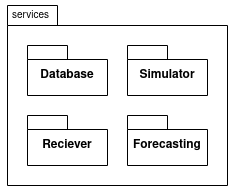
gbd1004/TFG_AGV keeps this draw.io diagram as memoria/img/diagrama_paquetes.png. Above is the earlier version. Source tidied: cells renumbered, new cells last; positions are measured from the earlier drawing's top-left corner, leaving out a move shared by most shapes. The source it was exported from:
```xml
<mxGraphModel>
  <root>
    <mxCell id="0" />
    <mxCell id="1" parent="0" />
    <mxCell id="2" style="shape=folder;fontStyle=1;spacingTop=10;tabWidth=50;tabHeight=20;tabPosition=left;html=1;whiteSpace=wrap;" parent="1" vertex="1">
      <mxGeometry x="7" y="5" width="220" height="180" as="geometry" />
    </mxCell>
    <mxCell id="3" value="services" style="text;html=1;align=center;verticalAlign=middle;strokeColor=none;fillColor=none;fontSize=10;" parent="1" vertex="1">
      <mxGeometry width="60" height="30" as="geometry" />
    </mxCell>
    <mxCell id="4" value="Database" style="shape=folder;fontStyle=1;spacingTop=10;tabWidth=40;tabHeight=14;tabPosition=left;html=1;whiteSpace=wrap;" parent="1" vertex="1">
      <mxGeometry x="27" y="45" width="80" height="50" as="geometry" />
    </mxCell>
    <mxCell id="5" value="Reciever" style="shape=folder;fontStyle=1;spacingTop=10;tabWidth=40;tabHeight=14;tabPosition=left;html=1;whiteSpace=wrap;" parent="1" vertex="1">
      <mxGeometry x="27" y="115" width="80" height="50" as="geometry" />
    </mxCell>
    <mxCell id="6" value="Simulator" style="shape=folder;fontStyle=1;spacingTop=10;tabWidth=40;tabHeight=14;tabPosition=left;html=1;whiteSpace=wrap;" parent="1" vertex="1">
      <mxGeometry x="127" y="45" width="80" height="50" as="geometry" />
    </mxCell>
    <mxCell id="7" value="Forecasting" style="shape=folder;fontStyle=1;spacingTop=10;tabWidth=40;tabHeight=14;tabPosition=left;html=1;whiteSpace=wrap;" parent="1" vertex="1">
      <mxGeometry x="127" y="115" width="80" height="50" as="geometry" />
    </mxCell>
  </root>
</mxGraphModel>
```
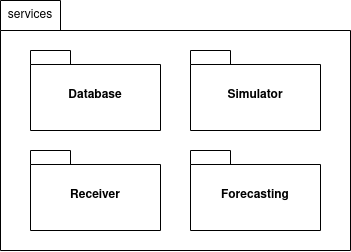
Later version of the same file.

Change to the diagram source:
```diff
@@ -2,23 +2,23 @@
   <root>
     <mxCell id="0" />
     <mxCell id="1" parent="0" />
-    <mxCell id="2" style="shape=folder;fontStyle=1;spacingTop=10;tabWidth=50;tabHeight=20;tabPosition=left;html=1;whiteSpace=wrap;" parent="1" vertex="1">
-      <mxGeometry x="7" y="5" width="220" height="180" as="geometry" />
-    </mxCell>
+    <mxCell id="8" style="shape=folder;fontStyle=1;spacingTop=10;tabWidth=60;tabHeight=30;tabPosition=left;html=1;whiteSpace=wrap;" parent="1" vertex="1">
+      <mxGeometry x="197" y="185" width="350" height="250" as="geometry" />
+    </mxCell>
-    <mxCell id="3" value="services" style="text;html=1;align=center;verticalAlign=middle;strokeColor=none;fillColor=none;fontSize=10;" parent="1" vertex="1">
-      <mxGeometry width="60" height="30" as="geometry" />
+    <mxCell id="3" value="services" style="text;html=1;strokeColor=none;fillColor=none;align=center;verticalAlign=middle;whiteSpace=wrap;rounded=0;" parent="1" vertex="1">
+      <mxGeometry x="197" y="185" width="60" height="30" as="geometry" />
     </mxCell>
     <mxCell id="4" value="Database" style="shape=folder;fontStyle=1;spacingTop=10;tabWidth=40;tabHeight=14;tabPosition=left;html=1;whiteSpace=wrap;" parent="1" vertex="1">
-      <mxGeometry x="27" y="45" width="80" height="50" as="geometry" />
+      <mxGeometry x="227" y="235" width="130" height="80" as="geometry" />
     </mxCell>
-    <mxCell id="5" value="Reciever" style="shape=folder;fontStyle=1;spacingTop=10;tabWidth=40;tabHeight=14;tabPosition=left;html=1;whiteSpace=wrap;" parent="1" vertex="1">
-      <mxGeometry x="27" y="115" width="80" height="50" as="geometry" />
-    </mxCell>
     <mxCell id="6" value="Simulator" style="shape=folder;fontStyle=1;spacingTop=10;tabWidth=40;tabHeight=14;tabPosition=left;html=1;whiteSpace=wrap;" parent="1" vertex="1">
-      <mxGeometry x="127" y="45" width="80" height="50" as="geometry" />
+      <mxGeometry x="387" y="235" width="130" height="80" as="geometry" />
     </mxCell>
+    <mxCell id="9" value="Receiver" style="shape=folder;fontStyle=1;spacingTop=10;tabWidth=40;tabHeight=14;tabPosition=left;html=1;whiteSpace=wrap;" parent="1" vertex="1">
+      <mxGeometry x="227" y="335" width="130" height="80" as="geometry" />
+    </mxCell>
     <mxCell id="7" value="Forecasting" style="shape=folder;fontStyle=1;spacingTop=10;tabWidth=40;tabHeight=14;tabPosition=left;html=1;whiteSpace=wrap;" parent="1" vertex="1">
-      <mxGeometry x="127" y="115" width="80" height="50" as="geometry" />
+      <mxGeometry x="387" y="335" width="130" height="80" as="geometry" />
     </mxCell>
   </root>
 </mxGraphModel>
```
